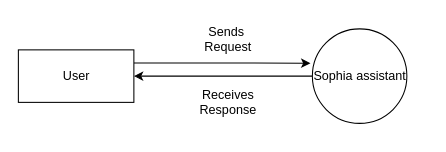
The draw.io diagram Documentation/dfd level 0.drawio in yogesh2104/miniProject, before the edit. Source tidied: cells renumbered, new cells numbered last; positions are measured from the earlier drawing's top-left corner, leaving out a move shared by most shapes. Both pictures are drawn from the tidied source at 105%, with x=0, y=0 at pixel (18, 18).
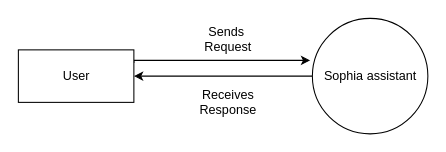
The same diagram, later.

Diff of the diagram source:
```diff
@@
 <mxGraphModel>
   <root>
     <mxCell id="0" />
     <mxCell id="1" parent="0" />
-    <mxCell id="2" style="edgeStyle=orthogonalEdgeStyle;rounded=0;jettySize=auto;html=1;exitX=1;exitY=0.25;exitDx=0;exitDy=0;entryX=-0.02;entryY=0.363;entryDx=0;entryDy=0;entryPerimeter=0;" parent="1" edge="1" source="3" target="5">
-      <mxGeometry relative="1" as="geometry" />
+    <mxCell id="2" style="edgeStyle=orthogonalEdgeStyle;rounded=0;jettySize=auto;html=1;exitX=1;exitY=0.25;exitDx=0;exitDy=0;" parent="1" edge="1" source="3">
+      <mxGeometry relative="1" as="geometry">
+        <mxPoint x="278" y="40" as="targetPoint" />
+        <Array as="points">
+          <mxPoint x="110" y="40" />
+        </Array>
+      </mxGeometry>
     </mxCell>
     <mxCell id="3" value="User" style="html=1;dashed=0;whitespace=wrap;" parent="1" vertex="1">
       <mxGeometry y="30" width="110" height="50" as="geometry" />
     </mxCell>
     <mxCell id="4" style="edgeStyle=orthogonalEdgeStyle;rounded=0;jettySize=auto;html=1;exitX=0;exitY=0.5;exitDx=0;exitDy=0;entryX=1;entryY=0.5;entryDx=0;entryDy=0;" parent="1" edge="1" source="5" target="3">
       <mxGeometry relative="1" as="geometry" />
     </mxCell>
     <mxCell id="5" value="Sophia assistant" style="shape=ellipse;html=1;dashed=0;whitespace=wrap;perimeter=ellipsePerimeter;" parent="1" vertex="1">
-      <mxGeometry x="280" y="10" width="90" height="90" as="geometry" />
+      <mxGeometry x="280" width="110" height="110" as="geometry" />
     </mxCell>
     <mxCell id="6" value="Receives&lt;br&gt;Response" style="text;html=1;strokeColor=none;fillColor=none;align=center;verticalAlign=middle;whiteSpace=wrap;rounded=0;" parent="1" vertex="1">
       <mxGeometry x="150" y="60" width="100" height="40" as="geometry" />
     </mxCell>
     <mxCell id="7" value="Sends&amp;nbsp;&lt;br&gt;Request" style="text;html=1;strokeColor=none;fillColor=none;align=center;verticalAlign=middle;whiteSpace=wrap;rounded=0;" parent="1" vertex="1">
       <mxGeometry x="150" width="100" height="40" as="geometry" />
     </mxCell>
   </root>
 </mxGraphModel>
```
